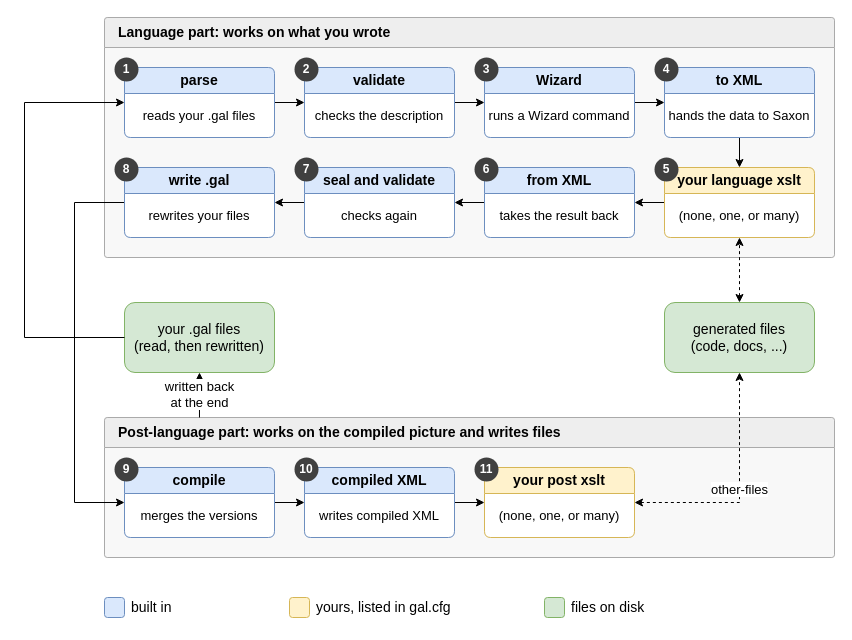
This is drawio/03_run_pipeline.drawio from goloveshin/galimatron_doc, a draw.io file, before an edit. Source tidied: cells renumbered, new cells numbered last; positions are measured from the earlier drawing's top-left corner, leaving out a move shared by most shapes. Both pictures are drawn from the tidied source at 100%, with x=0, y=0 at pixel (24, 17).
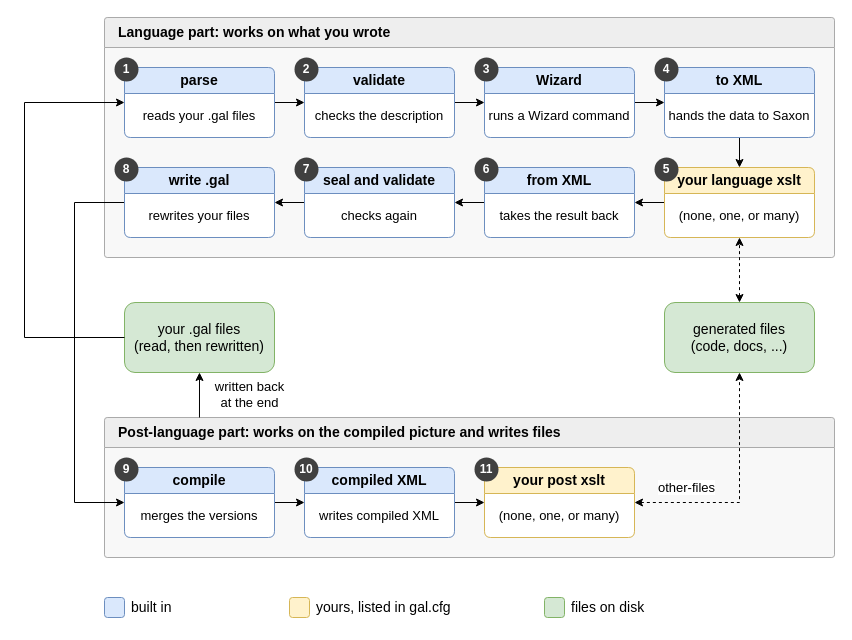
After the change.

The change refers to these unchanged cells:
```xml
<mxCell id="3" value="Post-language part: works on the compiled picture and writes files" style="swimlane;whiteSpace=wrap;html=1;rounded=1;arcSize=3;startSize=30;fillColor=#eeeeee;strokeColor=#aaaaaa;swimlaneFillColor=#f8f8f8;fontStyle=1;fontSize=14;align=left;spacingLeft=12;" parent="1" vertex="1">
  <mxGeometry x="80" y="400" width="730" height="140" as="geometry" />
</mxCell>
<mxCell id="13" value="your .gal files&lt;br&gt;(read, then rewritten)" style="rounded=1;whiteSpace=wrap;html=1;fillColor=#d5e8d4;strokeColor=#82b366;fontSize=14;" parent="1" vertex="1">
  <mxGeometry x="100" y="285" width="150" height="70" as="geometry" />
</mxCell>
<mxCell id="14" value="generated files&lt;br&gt;(code, docs, ...)" style="rounded=1;whiteSpace=wrap;html=1;fillColor=#d5e8d4;strokeColor=#82b366;fontSize=14;" parent="1" vertex="1">
  <mxGeometry x="640" y="285" width="150" height="70" as="geometry" />
</mxCell>
<mxCell id="40" value="your post xslt" style="swimlane;whiteSpace=wrap;html=1;rounded=1;arcSize=8;startSize=26;fillColor=#fff2cc;strokeColor=#d6b656;swimlaneFillColor=#ffffff;fontStyle=1;fontSize=14;align=center;" parent="1" vertex="1">
  <mxGeometry x="460" y="450" width="150" height="70" as="geometry" />
</mxCell>
```

Diff of the diagram source:
```diff
@@
-    <mxCell id="16" value="other-files" style="startArrow=classic;endArrow=classic;html=1;labelBackgroundColor=#ffffff;edgeStyle=orthogonalEdgeStyle;rounded=0;dashed=1;fontSize=13;exitX=1;exitY=0.5;exitDx=0;exitDy=0;entryX=0.5;entryY=1;entryDx=0;entryDy=0;" parent="1" edge="1" source="40" target="14">
-      <mxGeometry relative="1" as="geometry" />
+    <mxCell id="16" value="other-files" style="startArrow=classic;endArrow=classic;html=1;edgeStyle=orthogonalEdgeStyle;rounded=0;dashed=1;fontSize=13;exitX=1;exitY=0.5;exitDx=0;exitDy=0;entryX=0.5;entryY=1;entryDx=0;entryDy=0;" parent="1" edge="1" source="40" target="14">
+      <mxGeometry relative="1" as="geometry">
+        <mxPoint x="-53" y="-2" as="offset" />
+      </mxGeometry>
     </mxCell>
@@
-    <mxCell id="18" value="written back&lt;br&gt;at the end" style="edgeStyle=orthogonalEdgeStyle;rounded=0;html=1;endArrow=classic;labelBackgroundColor=#ffffff;fontSize=13;exitX=0.1301;exitY=0;exitDx=0;exitDy=0;entryX=0.5;entryY=1;entryDx=0;entryDy=0;" parent="1" edge="1" source="3" target="13">
-      <mxGeometry relative="1" as="geometry" />
+    <mxCell id="18" value="written back&lt;br&gt;at the end" style="edgeStyle=orthogonalEdgeStyle;rounded=0;html=1;endArrow=classic;fontSize=13;exitX=0.1301;exitY=0;exitDx=0;exitDy=0;entryX=0.5;entryY=1;entryDx=0;entryDy=0;" parent="1" edge="1" source="3" target="13">
+      <mxGeometry relative="1" as="geometry">
+        <mxPoint x="50" as="offset" />
+      </mxGeometry>
     </mxCell>
```
